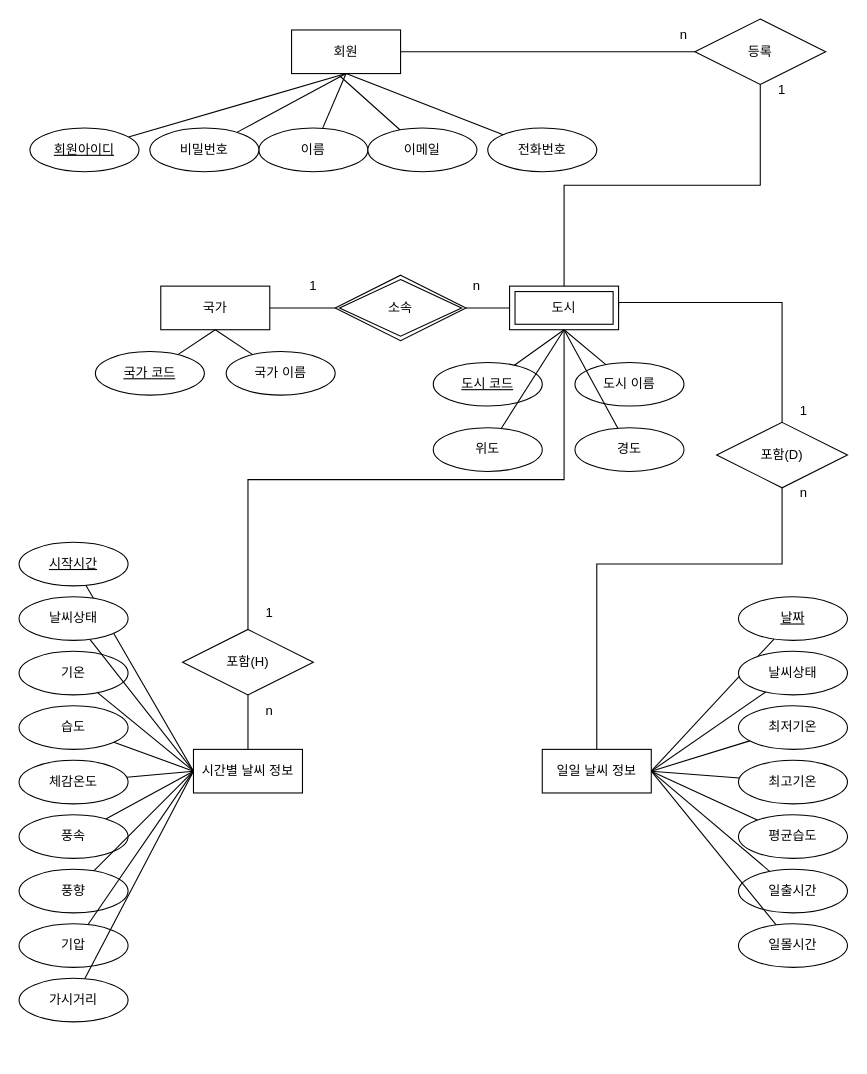
Earlier version of the draw.io diagram Untitled Diagram.drawio (yeganghwang/db_weather). Source tidied: cells renumbered, new cells numbered last; positions are measured from the earlier drawing's top-left corner, leaving out a move shared by most shapes. Both pictures are drawn from the tidied source at 109%, with x=0, y=0 at pixel (19, 19).
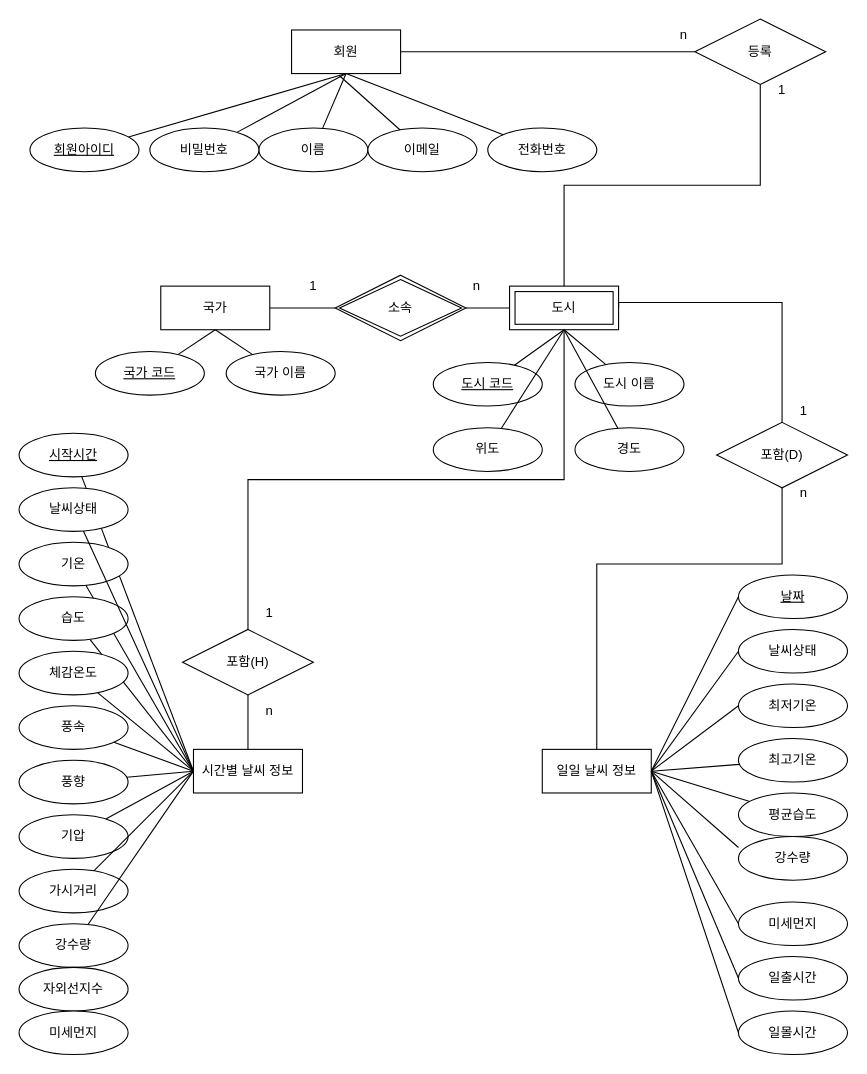
The same diagram, later.

The change refers to these unchanged cells:
```xml
<mxCell id="4" value="시간별 날씨 정보" style="whiteSpace=wrap;html=1;align=center;" parent="1" vertex="1">
  <mxGeometry x="160" y="670" width="100" height="40" as="geometry" />
</mxCell>
<mxCell id="5" value="일일 날씨 정보" style="whiteSpace=wrap;html=1;align=center;" parent="1" vertex="1">
  <mxGeometry x="480" y="670" width="100" height="40" as="geometry" />
</mxCell>
```

Diff of the diagram source:
```diff
@@
     <mxCell id="37" value="시작시간" style="ellipse;whiteSpace=wrap;html=1;align=center;fontStyle=4;" parent="1" vertex="1">
-      <mxGeometry y="480" width="100" height="40" as="geometry" />
+      <mxGeometry y="380" width="100" height="40" as="geometry" />
     </mxCell>
@@
     <mxCell id="39" value="기온" style="ellipse;whiteSpace=wrap;html=1;align=center;" parent="1" vertex="1">
-      <mxGeometry y="580" width="100" height="40" as="geometry" />
+      <mxGeometry y="480" width="100" height="40" as="geometry" />
     </mxCell>
@@
     <mxCell id="41" value="습도" style="ellipse;whiteSpace=wrap;html=1;align=center;" parent="1" vertex="1">
-      <mxGeometry y="630" width="100" height="40" as="geometry" />
+      <mxGeometry y="530" width="100" height="40" as="geometry" />
     </mxCell>
@@
     <mxCell id="43" value="날씨상태" style="ellipse;whiteSpace=wrap;html=1;align=center;" parent="1" vertex="1">
-      <mxGeometry y="530" width="100" height="40" as="geometry" />
+      <mxGeometry y="430" width="100" height="40" as="geometry" />
     </mxCell>
@@
     <mxCell id="45" value="체감온도" style="ellipse;whiteSpace=wrap;html=1;align=center;" parent="1" vertex="1">
-      <mxGeometry y="680" width="100" height="40" as="geometry" />
+      <mxGeometry y="580" width="100" height="40" as="geometry" />
     </mxCell>
@@
     <mxCell id="47" value="풍속" style="ellipse;whiteSpace=wrap;html=1;align=center;" parent="1" vertex="1">
-      <mxGeometry y="730" width="100" height="40" as="geometry" />
+      <mxGeometry y="630" width="100" height="40" as="geometry" />
     </mxCell>
@@
     <mxCell id="49" value="풍향" style="ellipse;whiteSpace=wrap;html=1;align=center;" parent="1" vertex="1">
-      <mxGeometry y="780" width="100" height="40" as="geometry" />
+      <mxGeometry y="680" width="100" height="40" as="geometry" />
     </mxCell>
@@
     <mxCell id="51" value="기압" style="ellipse;whiteSpace=wrap;html=1;align=center;" parent="1" vertex="1">
-      <mxGeometry y="830" width="100" height="40" as="geometry" />
+      <mxGeometry y="730" width="100" height="40" as="geometry" />
     </mxCell>
@@
     <mxCell id="53" value="가시거리" style="ellipse;whiteSpace=wrap;html=1;align=center;" parent="1" vertex="1">
-      <mxGeometry y="880" width="100" height="40" as="geometry" />
+      <mxGeometry y="780" width="100" height="40" as="geometry" />
     </mxCell>
-    <mxCell id="54" style="edgeStyle=none;rounded=0;jettySize=auto;html=1;startArrow=none;startFill=0;endArrow=none;endFill=0;" parent="1" edge="1" source="55">
+    <mxCell id="54" style="edgeStyle=none;rounded=0;jettySize=auto;html=1;startArrow=none;startFill=0;endArrow=none;endFill=0;exitX=0;exitY=0.5;exitDx=0;exitDy=0;" parent="1" edge="1" source="55">
       <mxGeometry relative="1" as="geometry">
         <mxPoint x="580" y="690" as="targetPoint" />
       </mxGeometry>
     </mxCell>
     <mxCell id="55" value="날짜" style="ellipse;whiteSpace=wrap;html=1;align=center;fontStyle=4;" parent="1" vertex="1">
-      <mxGeometry x="660" y="530" width="100" height="40" as="geometry" />
+      <mxGeometry x="660" y="510" width="100" height="40" as="geometry" />
     </mxCell>
-    <mxCell id="56" style="edgeStyle=none;rounded=0;jettySize=auto;html=1;entryX=1;entryY=0.5;entryDx=0;entryDy=0;startArrow=none;startFill=0;endArrow=none;endFill=0;" parent="1" edge="1" source="57" target="5">
+    <mxCell id="56" style="edgeStyle=none;rounded=0;jettySize=auto;html=1;entryX=1;entryY=0.5;entryDx=0;entryDy=0;startArrow=none;startFill=0;endArrow=none;endFill=0;exitX=0;exitY=0.5;exitDx=0;exitDy=0;" parent="1" edge="1" source="57" target="5">
       <mxGeometry relative="1" as="geometry" />
     </mxCell>
     <mxCell id="57" value="날씨상태" style="ellipse;whiteSpace=wrap;html=1;align=center;" parent="1" vertex="1">
-      <mxGeometry x="660" y="580" width="100" height="40" as="geometry" />
+      <mxGeometry x="660" y="560" width="100" height="40" as="geometry" />
     </mxCell>
-    <mxCell id="58" style="edgeStyle=none;rounded=0;jettySize=auto;html=1;entryX=1;entryY=0.5;entryDx=0;entryDy=0;startArrow=none;startFill=0;endArrow=none;endFill=0;" parent="1" edge="1" source="59" target="5">
+    <mxCell id="58" style="edgeStyle=none;rounded=0;jettySize=auto;html=1;entryX=1;entryY=0.5;entryDx=0;entryDy=0;startArrow=none;startFill=0;endArrow=none;endFill=0;exitX=0;exitY=0.5;exitDx=0;exitDy=0;" parent="1" edge="1" source="59" target="5">
       <mxGeometry relative="1" as="geometry" />
     </mxCell>
     <mxCell id="59" value="최저기온" style="ellipse;whiteSpace=wrap;html=1;align=center;" parent="1" vertex="1">
-      <mxGeometry x="660" y="630" width="100" height="40" as="geometry" />
+      <mxGeometry x="660" y="610" width="100" height="40" as="geometry" />
     </mxCell>
@@
     <mxCell id="61" value="최고기온" style="ellipse;whiteSpace=wrap;html=1;align=center;" parent="1" vertex="1">
-      <mxGeometry x="660" y="680" width="100" height="40" as="geometry" />
+      <mxGeometry x="660" y="660" width="100" height="40" as="geometry" />
     </mxCell>
@@
     <mxCell id="63" value="평균습도" style="ellipse;whiteSpace=wrap;html=1;align=center;" parent="1" vertex="1">
-      <mxGeometry x="660" y="730" width="100" height="40" as="geometry" />
+      <mxGeometry x="660" y="710" width="100" height="40" as="geometry" />
     </mxCell>
-    <mxCell id="64" style="edgeStyle=none;rounded=0;jettySize=auto;html=1;entryX=1;entryY=0.5;entryDx=0;entryDy=0;startArrow=none;startFill=0;endArrow=none;endFill=0;" parent="1" edge="1" source="65" target="5">
+    <mxCell id="64" style="edgeStyle=none;rounded=0;jettySize=auto;html=1;entryX=1;entryY=0.5;entryDx=0;entryDy=0;startArrow=none;startFill=0;endArrow=none;endFill=0;exitX=0;exitY=0.5;exitDx=0;exitDy=0;" parent="1" edge="1" source="65" target="5">
       <mxGeometry relative="1" as="geometry" />
     </mxCell>
     <mxCell id="65" value="일출시간" style="ellipse;whiteSpace=wrap;html=1;align=center;" parent="1" vertex="1">
-      <mxGeometry x="660" y="780" width="100" height="40" as="geometry" />
+      <mxGeometry x="660" y="860" width="100" height="40" as="geometry" />
     </mxCell>
-    <mxCell id="66" style="edgeStyle=none;rounded=0;jettySize=auto;html=1;entryX=1;entryY=0.5;entryDx=0;entryDy=0;startArrow=none;startFill=0;endArrow=none;endFill=0;" parent="1" edge="1" source="67" target="5">
+    <mxCell id="66" style="edgeStyle=none;rounded=0;jettySize=auto;html=1;entryX=1;entryY=0.5;entryDx=0;entryDy=0;startArrow=none;startFill=0;endArrow=none;endFill=0;exitX=0;exitY=0.5;exitDx=0;exitDy=0;" parent="1" edge="1" source="67" target="5">
       <mxGeometry relative="1" as="geometry" />
     </mxCell>
     <mxCell id="67" value="일몰시간" style="ellipse;whiteSpace=wrap;html=1;align=center;" parent="1" vertex="1">
-      <mxGeometry x="660" y="830" width="100" height="40" as="geometry" />
+      <mxGeometry x="660" y="910" width="100" height="40" as="geometry" />
     </mxCell>
@@
+    <mxCell id="81" style="edgeStyle=none;rounded=0;jettySize=auto;html=1;entryX=0;entryY=0.5;entryDx=0;entryDy=0;endArrow=none;endFill=0;" parent="1" edge="1" source="82" target="4">
+      <mxGeometry relative="1" as="geometry" />
+    </mxCell>
+    <mxCell id="82" value="강수량" style="ellipse;whiteSpace=wrap;html=1;align=center;" parent="1" vertex="1">
+      <mxGeometry y="830" width="100" height="40" as="geometry" />
+    </mxCell>
+    <mxCell id="83" value="자외선지수" style="ellipse;whiteSpace=wrap;html=1;align=center;" parent="1" vertex="1">
+      <mxGeometry y="870" width="100" height="40" as="geometry" />
+    </mxCell>
+    <mxCell id="84" value="미세먼지" style="ellipse;whiteSpace=wrap;html=1;align=center;" parent="1" vertex="1">
+      <mxGeometry y="910" width="100" height="40" as="geometry" />
+    </mxCell>
+    <mxCell id="85" value="강수량" style="ellipse;whiteSpace=wrap;html=1;align=center;" parent="1" vertex="1">
+      <mxGeometry x="660" y="750" width="100" height="40" as="geometry" />
+    </mxCell>
+    <mxCell id="86" value="미세먼지" style="ellipse;whiteSpace=wrap;html=1;align=center;" parent="1" vertex="1">
+      <mxGeometry x="660" y="810" width="100" height="40" as="geometry" />
+    </mxCell>
+    <mxCell id="87" style="edgeStyle=none;rounded=0;jettySize=auto;html=1;entryX=1;entryY=0.5;entryDx=0;entryDy=0;startArrow=none;startFill=0;endArrow=none;endFill=0;exitX=0;exitY=0.5;exitDx=0;exitDy=0;" parent="1" edge="1" source="86" target="5">
+      <mxGeometry relative="1" as="geometry" />
+    </mxCell>
+    <mxCell id="88" style="edgeStyle=none;rounded=0;jettySize=auto;html=1;startArrow=none;startFill=0;endArrow=none;endFill=0;exitX=0;exitY=0.25;exitDx=0;exitDy=0;exitPerimeter=0;entryX=1;entryY=0.5;entryDx=0;entryDy=0;" parent="1" edge="1" source="85" target="5">
+      <mxGeometry relative="1" as="geometry" />
+    </mxCell>
```
